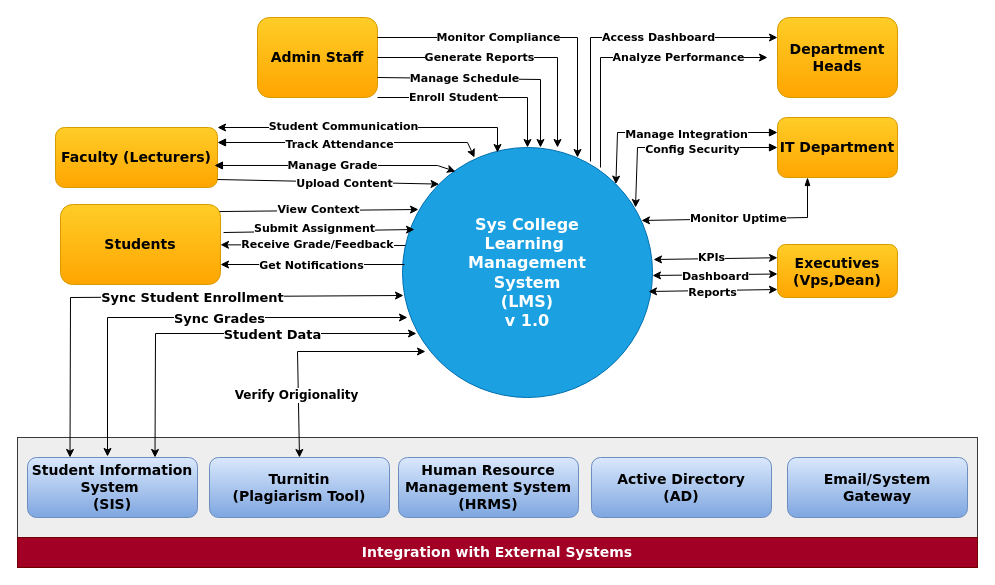
The draw.io diagram 02 - LMS-SysCollege/02 - Diagrams/System Context Diagram.drawio in ZohaibWaqarMalik/Technical-Business-Analyst-Projects, before the edit. Source tidied: cells renumbered, new cells numbered last; positions are measured from the earlier drawing's top-left corner, leaving out a move shared by most shapes. Both pictures are drawn from the tidied source at 100%, with x=0, y=0 at pixel (17, 17).
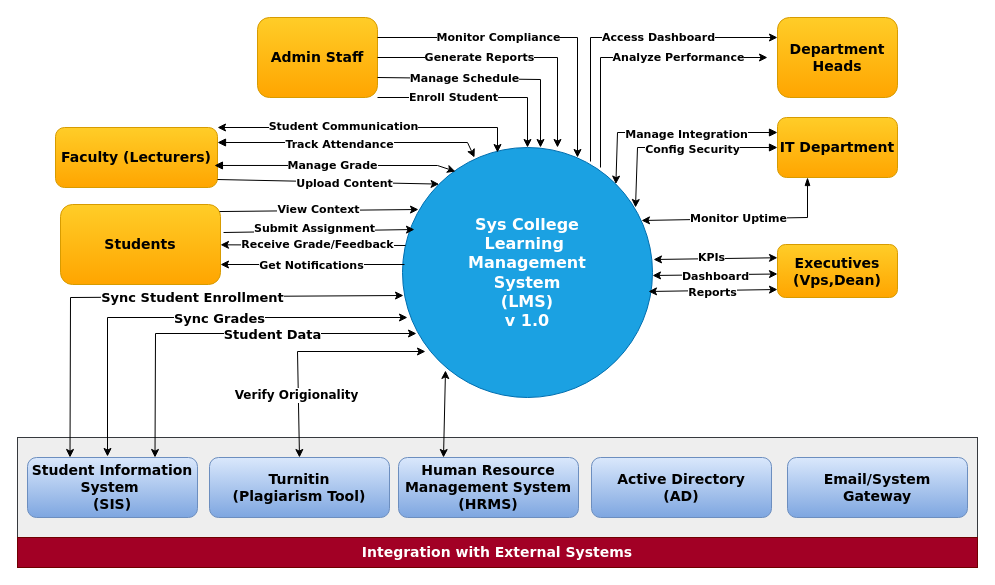
The same page after the edit.

Commit message:
Update System Context Diagram

Include Mapping / Connections for External System
 - Turnitin

Unchanged cells that the change refers to:
```xml
<mxCell id="2" value="&lt;div&gt;&lt;font face=&quot;Verdana&quot; style=&quot;font-size: 16px;&quot;&gt;&lt;b style=&quot;&quot;&gt;Sys College&lt;/b&gt;&lt;/font&gt;&lt;/div&gt;&lt;div&gt;&lt;b style=&quot;font-size: 16px; background-color: transparent;&quot;&gt;&lt;font style=&quot;color: light-dark(rgb(255, 255, 255), rgb(255, 255, 255));&quot; face=&quot;Verdana&quot;&gt;Learning&amp;nbsp;&lt;/font&gt;&lt;/b&gt;&lt;/div&gt;&lt;div&gt;&lt;font face=&quot;Verdana&quot; style=&quot;font-size: 16px;&quot;&gt;&lt;b&gt;Management&lt;/b&gt;&lt;/font&gt;&lt;/div&gt;&lt;div&gt;&lt;font face=&quot;Verdana&quot; style=&quot;font-size: 16px;&quot;&gt;&lt;b&gt;System&lt;/b&gt;&lt;/font&gt;&lt;/div&gt;&lt;div&gt;&lt;font face=&quot;Verdana&quot; style=&quot;font-size: 16px;&quot;&gt;&lt;b&gt;(LMS)&lt;br&gt;&lt;/b&gt;&lt;/font&gt;&lt;div&gt;&lt;font face=&quot;Verdana&quot; style=&quot;font-size: 16px;&quot;&gt;&lt;b style=&quot;&quot;&gt;v 1.0&lt;/b&gt;&lt;/font&gt;&lt;/div&gt;&lt;/div&gt;" style="ellipse;whiteSpace=wrap;html=1;fillColor=#1ba1e2;fontColor=#ffffff;strokeColor=#006EAF;" parent="1" vertex="1">
  <mxGeometry x="385" y="130" width="250" height="250" as="geometry" />
</mxCell>
<mxCell id="52" value="&lt;b&gt;&lt;font style=&quot;font-size: 14px;&quot; face=&quot;Verdana&quot;&gt;Human Resource Management System&lt;br&gt;(HRMS)&lt;/font&gt;&lt;/b&gt;" style="rounded=1;whiteSpace=wrap;html=1;fillColor=#dae8fc;strokeColor=#6c8ebf;gradientColor=#7ea6e0;" parent="1" vertex="1">
  <mxGeometry x="381" y="440" width="180" height="60" as="geometry" />
</mxCell>
```

Diff of the diagram source:
```diff
@@
+    <mxCell id="64" style="endArrow=classic;startArrow=classic;html=1;rounded=0;exitX=0.25;exitY=0;exitDx=0;exitDy=0;entryX=0.172;entryY=0.892;entryDx=0;entryDy=0;entryPerimeter=0;" parent="1" edge="1" source="52" target="2">
+      <mxGeometry relative="1" as="geometry" />
+    </mxCell>
```
